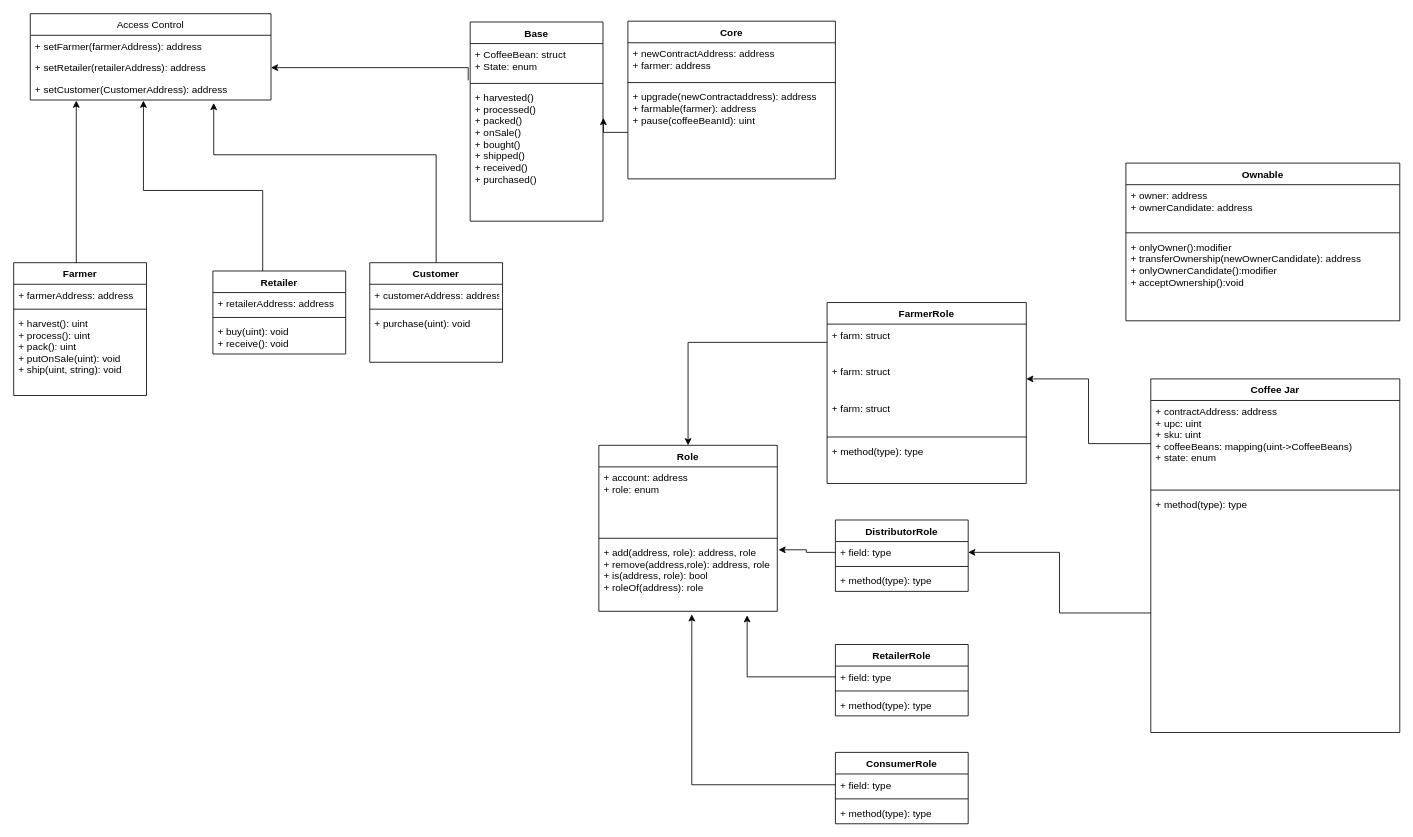
Above: UML and write-ups/UML Source/Class Diagram.drawio in abuaesh/CoffeeSupplyChain (draw.io), before the change. Source tidied: cells renumbered, new cells numbered last; positions are measured from the earlier drawing's top-left corner, leaving out a move shared by most shapes. Both pictures are drawn from the tidied source at 83%, with x=0, y=0 at pixel (13, 13).
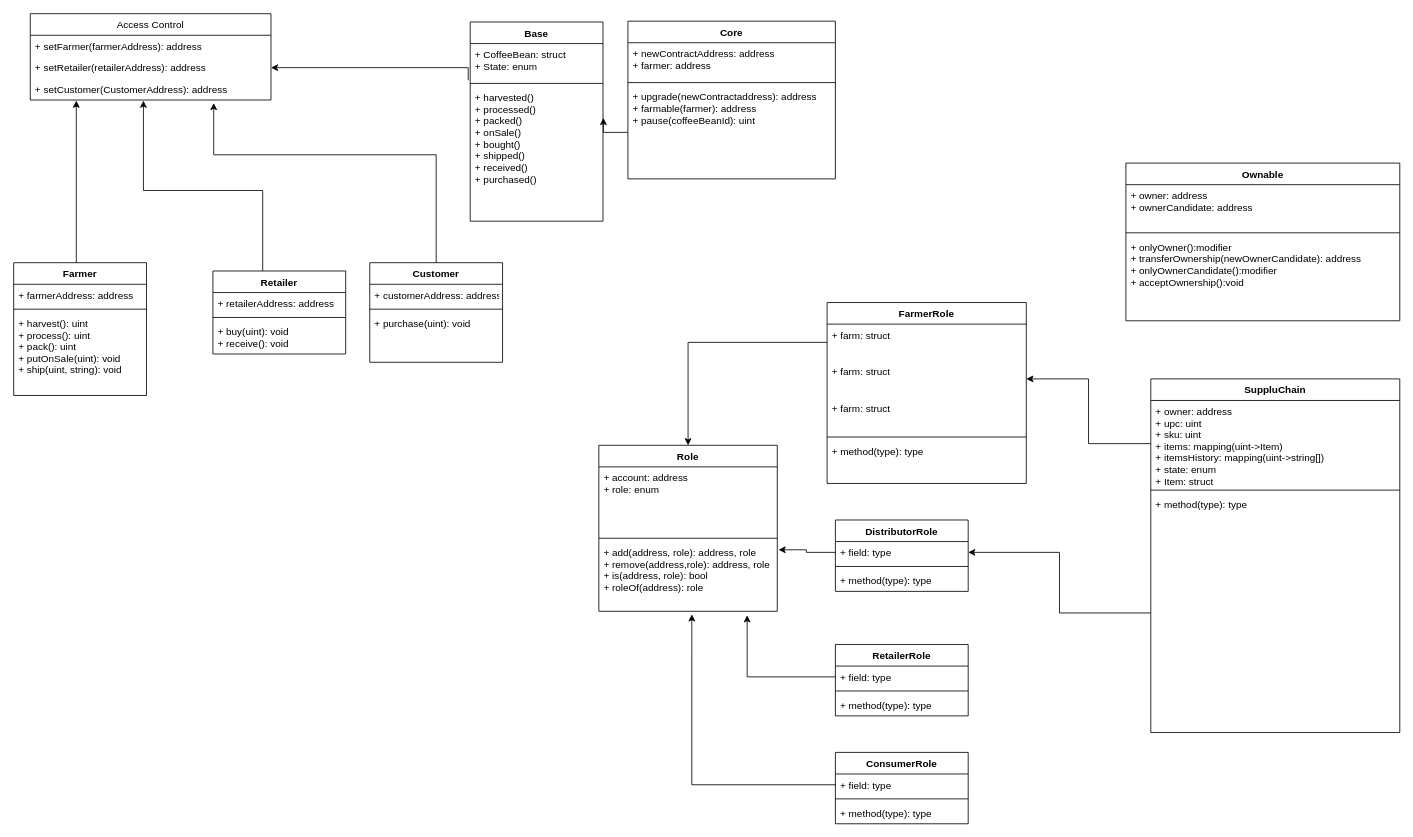
The same diagram, later.

The edit, as a diff of the source:
```diff
@@
-    <mxCell id="31" value="Coffee Jar" style="swimlane;fontStyle=1;align=center;verticalAlign=top;horizontal=1;startSize=26;" parent="1" vertex="1">
+    <mxCell id="31" value="SuppluChain" style="swimlane;fontStyle=1;align=center;verticalAlign=top;horizontal=1;startSize=26;" parent="1" vertex="1">
       <mxGeometry x="1370" y="440" width="300" height="426" as="geometry" />
     </mxCell>
-    <mxCell id="32" value="+ contractAddress: address&#10;+ upc: uint&#10;+ sku: uint&#10;+ coffeeBeans: mapping(uint-&gt;CoffeeBeans)&#10;+ state: enum" style="text;strokeColor=none;fillColor=none;align=left;verticalAlign=top;spacingLeft=4;spacingRight=4;overflow=hidden;points=[[0,0.5],[1,0.5]];portConstraint=eastwest;" parent="31" vertex="1">
+    <mxCell id="32" value="+ owner: address&#10;+ upc: uint&#10;+ sku: uint&#10;+ items: mapping(uint-&gt;Item)&#10;+ itemsHistory: mapping(uint-&gt;string[])&#10;+ state: enum&#10;+ Item: struct" style="text;strokeColor=none;fillColor=none;align=left;verticalAlign=top;spacingLeft=4;spacingRight=4;overflow=hidden;points=[[0,0.5],[1,0.5]];portConstraint=eastwest;" parent="31" vertex="1">
       <mxGeometry y="26" width="300" height="104" as="geometry" />
     </mxCell>
```
